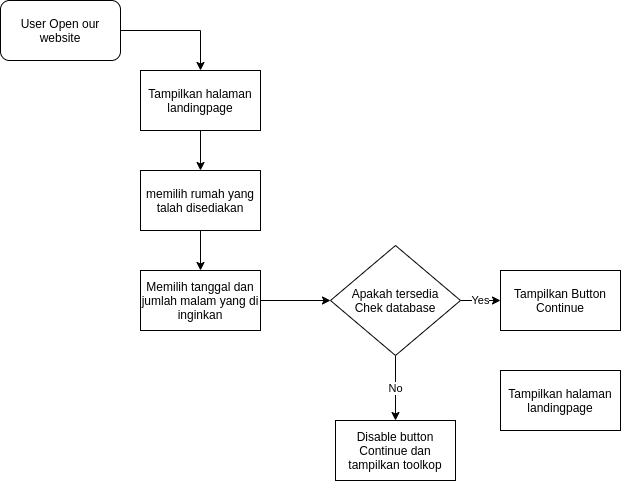
AnggaChelsea/Project-KKN keeps this draw.io diagram as Flow-Website-Hotel.png. Above is the earlier version. Source tidied: cells renumbered, new cells last; positions are measured from the earlier drawing's top-left corner, leaving out a move shared by most shapes. Source of this version:
```xml
<mxGraphModel>
  <root>
    <mxCell id="0" />
    <mxCell id="1" parent="0" />
    <mxCell id="2" style="edgeStyle=orthogonalEdgeStyle;rounded=0;jettySize=auto;html=1;" parent="1" edge="1" source="3" target="5">
      <mxGeometry relative="1" as="geometry" />
    </mxCell>
    <mxCell id="3" value="User Open our website" style="rounded=1;whiteSpace=wrap;html=1;" parent="1" vertex="1">
      <mxGeometry width="120" height="60" as="geometry" />
    </mxCell>
    <mxCell id="4" style="edgeStyle=orthogonalEdgeStyle;rounded=0;jettySize=auto;html=1;" parent="1" edge="1" source="5" target="7">
      <mxGeometry relative="1" as="geometry" />
    </mxCell>
    <mxCell id="5" value="Tampilkan halaman landingpage" style="rounded=0;whiteSpace=wrap;html=1;" parent="1" vertex="1">
      <mxGeometry x="140" y="70" width="120" height="60" as="geometry" />
    </mxCell>
    <mxCell id="6" style="edgeStyle=orthogonalEdgeStyle;rounded=0;jettySize=auto;html=1;" parent="1" edge="1" source="7" target="9">
      <mxGeometry relative="1" as="geometry" />
    </mxCell>
    <mxCell id="7" value="memilih rumah yang talah disediakan" style="rounded=0;whiteSpace=wrap;html=1;" parent="1" vertex="1">
      <mxGeometry x="140" y="170" width="120" height="60" as="geometry" />
    </mxCell>
    <mxCell id="8" style="edgeStyle=orthogonalEdgeStyle;rounded=0;jettySize=auto;html=1;" parent="1" edge="1" source="9" target="12">
      <mxGeometry relative="1" as="geometry" />
    </mxCell>
    <mxCell id="9" value="Memilih tanggal dan jumlah malam yang di inginkan" style="rounded=0;whiteSpace=wrap;html=1;" parent="1" vertex="1">
      <mxGeometry x="140" y="270" width="120" height="60" as="geometry" />
    </mxCell>
    <mxCell id="10" value="No" style="edgeStyle=orthogonalEdgeStyle;rounded=0;jettySize=auto;html=1;" parent="1" edge="1" source="12" target="13">
      <mxGeometry relative="1" as="geometry" />
    </mxCell>
    <mxCell id="11" value="Yes" style="edgeStyle=orthogonalEdgeStyle;rounded=0;jettySize=auto;html=1;" parent="1" edge="1" source="12" target="14">
      <mxGeometry relative="1" as="geometry" />
    </mxCell>
    <mxCell id="12" value="Apakah tersedia&lt;br&gt;Chek database" style="rhombus;whiteSpace=wrap;html=1;" parent="1" vertex="1">
      <mxGeometry x="330" y="245" width="130" height="110" as="geometry" />
    </mxCell>
    <mxCell id="13" value="Disable button Continue dan tampilkan toolkop" style="rounded=0;whiteSpace=wrap;html=1;" parent="1" vertex="1">
      <mxGeometry x="335" y="420" width="120" height="60" as="geometry" />
    </mxCell>
    <mxCell id="14" value="Tampilkan Button Continue" style="rounded=0;whiteSpace=wrap;html=1;" parent="1" vertex="1">
      <mxGeometry x="500" y="270" width="120" height="60" as="geometry" />
    </mxCell>
    <mxCell id="15" value="Tampilkan halaman landingpage" style="rounded=0;whiteSpace=wrap;html=1;" parent="1" vertex="1">
      <mxGeometry x="500" y="370" width="120" height="60" as="geometry" />
    </mxCell>
  </root>
</mxGraphModel>
```
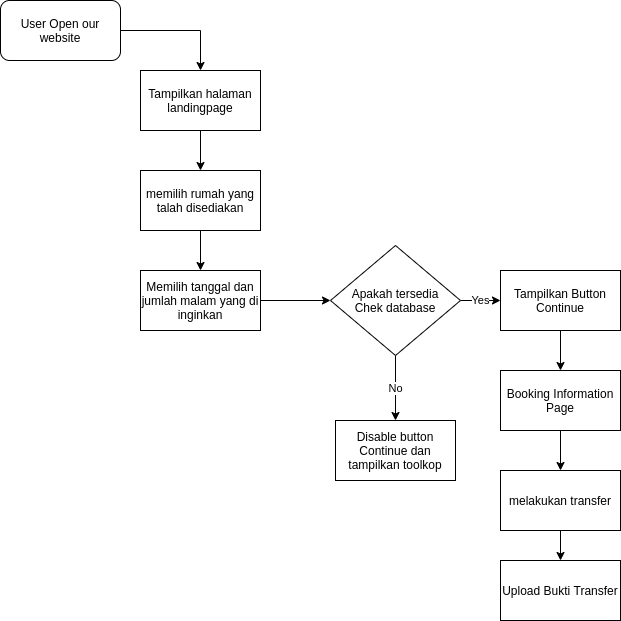
Later version of the same file.

Diff of the diagram source:
```diff
@@ -38,11 +38,26 @@
     <mxCell id="13" value="Disable button Continue dan tampilkan toolkop" style="rounded=0;whiteSpace=wrap;html=1;" parent="1" vertex="1">
       <mxGeometry x="335" y="420" width="120" height="60" as="geometry" />
     </mxCell>
+    <mxCell id="16" style="edgeStyle=orthogonalEdgeStyle;rounded=0;jettySize=auto;html=1;" parent="1" edge="1" source="14" target="15">
+      <mxGeometry relative="1" as="geometry" />
+    </mxCell>
     <mxCell id="14" value="Tampilkan Button Continue" style="rounded=0;whiteSpace=wrap;html=1;" parent="1" vertex="1">
       <mxGeometry x="500" y="270" width="120" height="60" as="geometry" />
     </mxCell>
+    <mxCell id="17" style="edgeStyle=orthogonalEdgeStyle;rounded=0;jettySize=auto;html=1;" parent="1" edge="1" source="15" target="19">
+      <mxGeometry relative="1" as="geometry" />
+    </mxCell>
-    <mxCell id="15" value="Tampilkan halaman landingpage" style="rounded=0;whiteSpace=wrap;html=1;" parent="1" vertex="1">
+    <mxCell id="15" value="Booking Information Page" style="rounded=0;whiteSpace=wrap;html=1;" parent="1" vertex="1">
       <mxGeometry x="500" y="370" width="120" height="60" as="geometry" />
     </mxCell>
+    <mxCell id="18" style="edgeStyle=orthogonalEdgeStyle;rounded=0;jettySize=auto;html=1;" parent="1" edge="1" source="19" target="20">
+      <mxGeometry relative="1" as="geometry" />
+    </mxCell>
+    <mxCell id="19" value="melakukan transfer" style="rounded=0;whiteSpace=wrap;html=1;" parent="1" vertex="1">
+      <mxGeometry x="500" y="470" width="120" height="60" as="geometry" />
+    </mxCell>
+    <mxCell id="20" value="Upload Bukti Transfer" style="rounded=0;whiteSpace=wrap;html=1;" parent="1" vertex="1">
+      <mxGeometry x="500" y="560" width="120" height="60" as="geometry" />
+    </mxCell>
   </root>
 </mxGraphModel>
```
